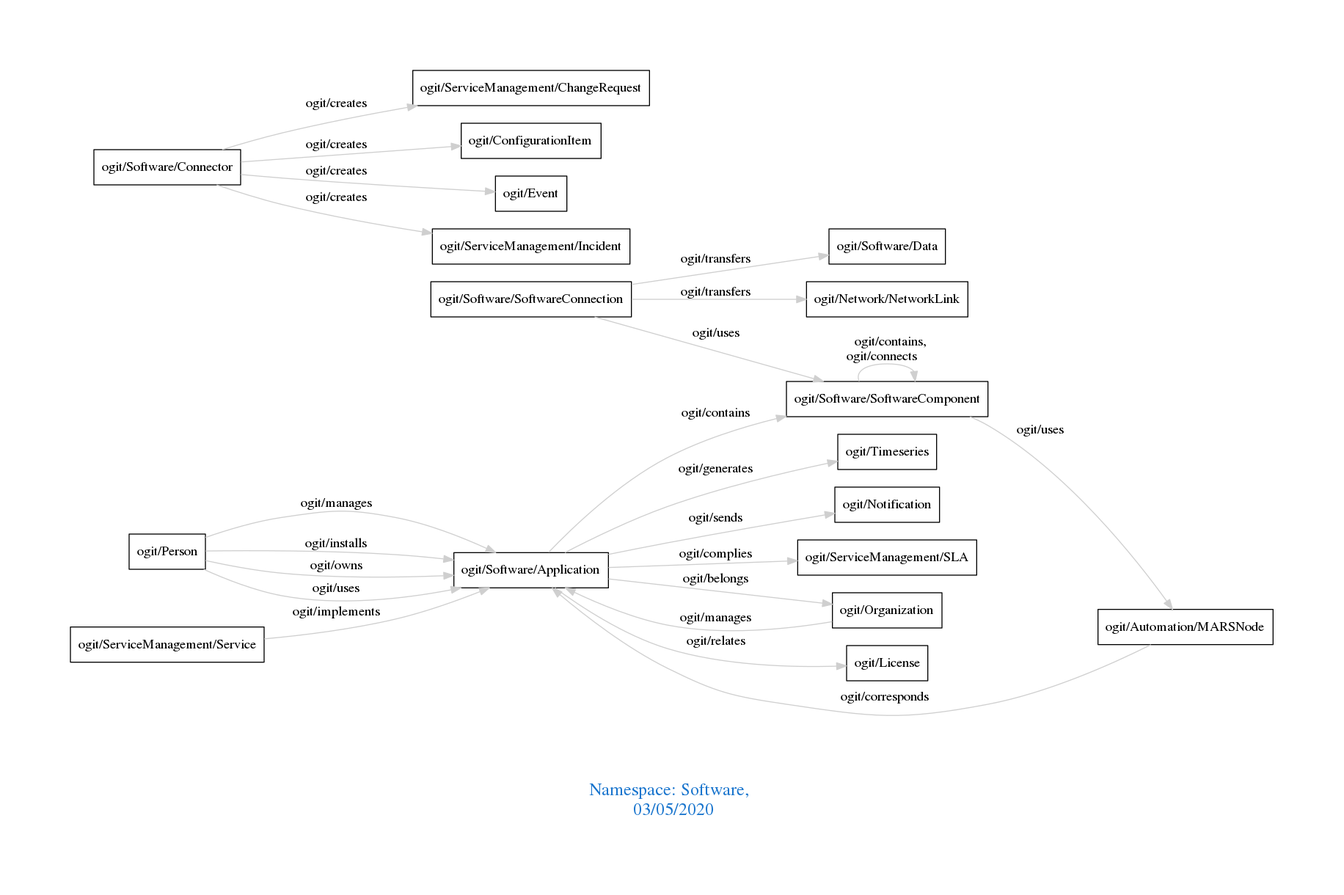
The Graphviz diagram downloads/Software.png in arago/OGIT, before a commit. Its source is kept beside it as downloads/Software.dot.
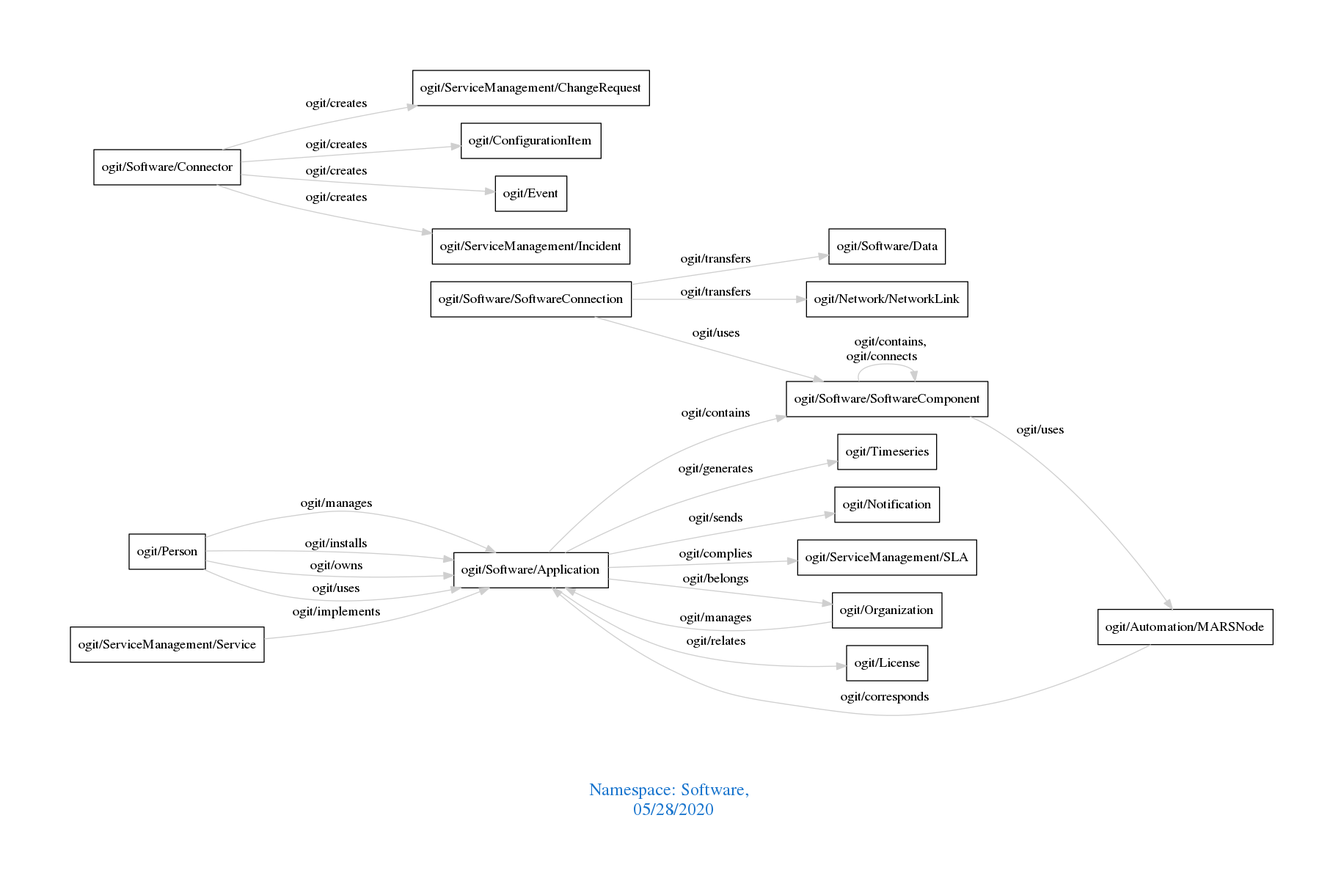
The same diagram one commit later.

The edit, as a diff of the source:
```diff
@@ -1,7 +1,7 @@
 digraph OGIT_ontology {
  graph [ rankdir= LR,pad=1
 fontsize = 18,
-fontcolor= dodgerblue3,label = "\n\n\nNamespace: Software, \n 03/05/2020"];
+fontcolor= dodgerblue3,label = "\n\n\nNamespace: Software, \n 05/28/2020"];
 node[shape=polygon];
 edge [  color="gray81"];
 
```
